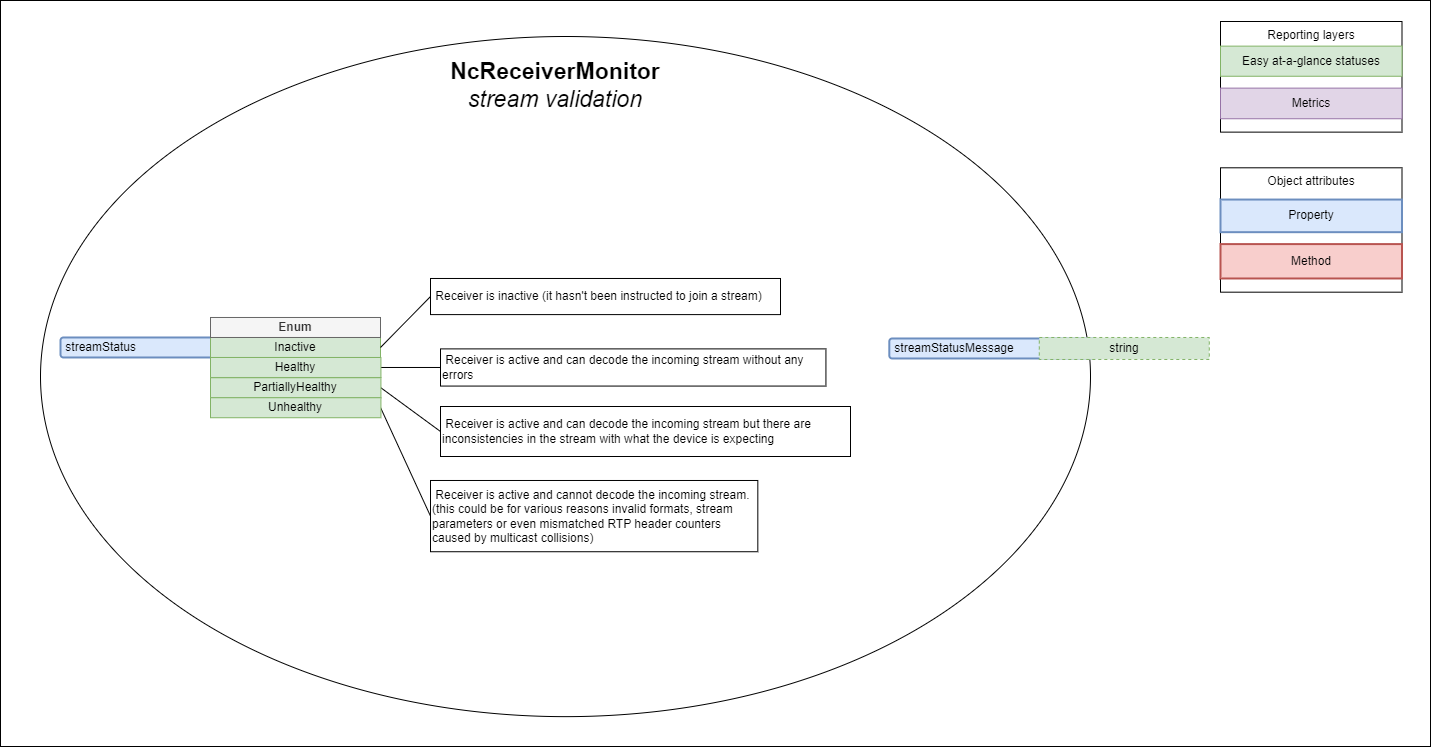
AMWA-TV/bcp-008-01 keeps this draw.io diagram as docs/images/receiver-model-stream-validation.png. Above is the earlier version. Source tidied: cells renumbered, new cells last; positions are measured from the earlier drawing's top-left corner, leaving out a move shared by most shapes.
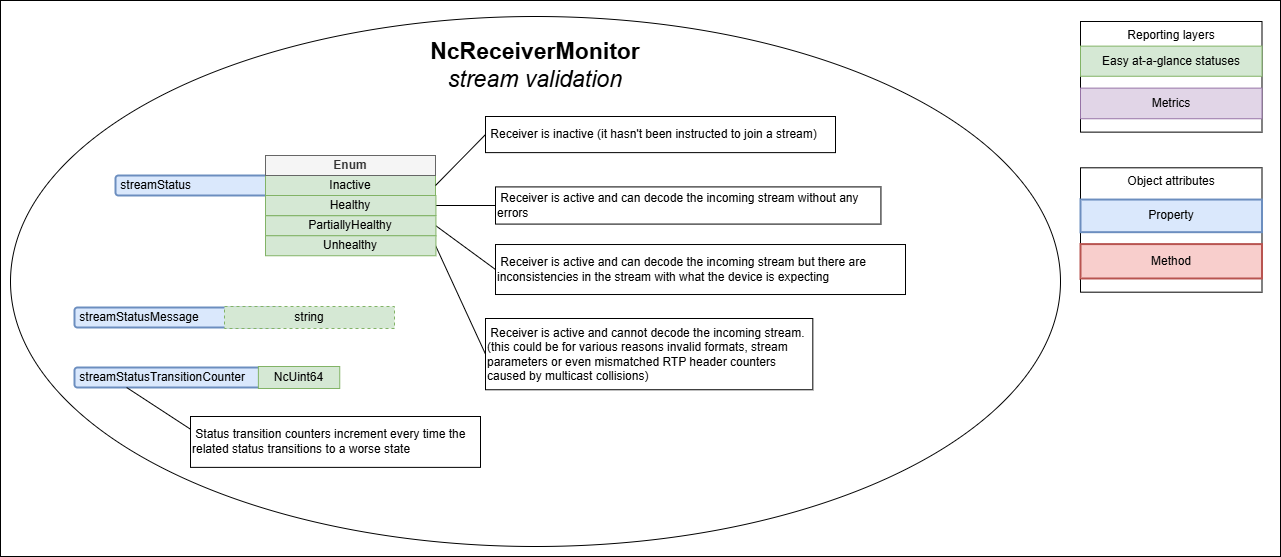
The same diagram one commit later.

Commit message:
Add status transition counter properties

Change to the diagram source:
```diff
@@ -3,85 +3,97 @@
     <mxCell id="0" />
     <mxCell id="1" parent="0" />
     <mxCell id="2" style="rounded=0;whiteSpace=wrap;html=1;" parent="1" vertex="1">
-      <mxGeometry width="1430" height="746" as="geometry" />
+      <mxGeometry width="1280" height="556" as="geometry" />
     </mxCell>
     <mxCell id="3" style="ellipse;whiteSpace=wrap;html=1;" parent="1" vertex="1">
-      <mxGeometry x="40" y="36" width="1050" height="680.1" as="geometry" />
+      <mxGeometry x="10" y="16" width="1050" height="530" as="geometry" />
     </mxCell>
     <mxCell id="4" value="Reporting layers" style="rounded=0;whiteSpace=wrap;html=1;horizontal=1;verticalAlign=top;" parent="1" vertex="1">
-      <mxGeometry x="1220" y="21" width="181.5" height="110.6" as="geometry" />
+      <mxGeometry x="1080" y="21" width="181.5" height="110.6" as="geometry" />
     </mxCell>
     <mxCell id="5" value="Easy at-a-glance statuses" style="rounded=0;whiteSpace=wrap;html=1;fillColor=#d5e8d4;strokeColor=#82b366;" parent="1" vertex="1">
-      <mxGeometry x="1220" y="45.6" width="181.5" height="30.1" as="geometry" />
+      <mxGeometry x="1080" y="45.6" width="181.5" height="30.1" as="geometry" />
     </mxCell>
     <mxCell id="6" value="Metrics" style="rounded=0;whiteSpace=wrap;html=1;fillColor=#e1d5e7;strokeColor=#9673a6;" parent="1" vertex="1">
-      <mxGeometry x="1220" y="87.6" width="181.5" height="30.6" as="geometry" />
+      <mxGeometry x="1080" y="87.6" width="181.5" height="30.6" as="geometry" />
     </mxCell>
     <mxCell id="7" value="Object attributes" style="rounded=0;whiteSpace=wrap;html=1;horizontal=1;verticalAlign=top;" parent="1" vertex="1">
-      <mxGeometry x="1220" y="167.3" width="181.5" height="124.4" as="geometry" />
+      <mxGeometry x="1080" y="167.3" width="181.5" height="124.4" as="geometry" />
     </mxCell>
     <mxCell id="8" value="Property" style="rounded=0;whiteSpace=wrap;html=1;fillColor=#dae8fc;strokeColor=#6c8ebf;align=center;strokeWidth=2;" parent="1" vertex="1">
-      <mxGeometry x="1220" y="199" width="181.5" height="32.6" as="geometry" />
+      <mxGeometry x="1080" y="199" width="181.5" height="32.6" as="geometry" />
     </mxCell>
     <mxCell id="9" value="Method" style="rounded=0;whiteSpace=wrap;html=1;fillColor=#f8cecc;strokeColor=#b85450;align=center;strokeWidth=2;" parent="1" vertex="1">
-      <mxGeometry x="1220" y="243.6" width="181.5" height="34.4" as="geometry" />
+      <mxGeometry x="1080" y="243.6" width="181.5" height="34.4" as="geometry" />
     </mxCell>
     <mxCell id="10" value="NcReceiverMonitor&lt;div&gt;&lt;span style=&quot;font-weight: normal;&quot;&gt;&lt;i&gt;stream validation&lt;/i&gt;&lt;/span&gt;&lt;/div&gt;" style="text;html=1;strokeColor=none;fillColor=none;align=center;verticalAlign=middle;whiteSpace=wrap;rounded=0;strokeWidth=1;fontSize=23;fontStyle=1;" parent="1" vertex="1">
-      <mxGeometry x="431.2" y="51.9" width="247.5" height="65.6" as="geometry" />
+      <mxGeometry x="411.2" y="31.9" width="247.5" height="65.6" as="geometry" />
     </mxCell>
     <mxCell id="11" value="&amp;nbsp;streamStatus" style="rounded=1;whiteSpace=wrap;html=1;align=left;fillColor=#dae8fc;strokeColor=#6c8ebf;strokeWidth=2;" parent="1" vertex="1">
-      <mxGeometry x="60" y="337" width="207.5" height="20" as="geometry" />
+      <mxGeometry x="115" y="175" width="207.5" height="20" as="geometry" />
     </mxCell>
     <mxCell id="12" value="Inactive" style="rounded=0;whiteSpace=wrap;html=1;fillColor=#d5e8d4;strokeColor=#82b366;" parent="1" vertex="1">
-      <mxGeometry x="210" y="337" width="170" height="20" as="geometry" />
+      <mxGeometry x="265" y="175" width="170" height="20" as="geometry" />
     </mxCell>
     <mxCell id="13" value="Enum" style="rounded=0;whiteSpace=wrap;html=1;fillColor=#f5f5f5;strokeColor=#666666;fontStyle=1;fontColor=#333333;" parent="1" vertex="1">
-      <mxGeometry x="210" y="317" width="170" height="20" as="geometry" />
+      <mxGeometry x="265" y="155" width="170" height="20" as="geometry" />
     </mxCell>
     <mxCell id="14" value="&amp;nbsp;Receiver is active and cannot decode the incoming stream. (this could be for various reasons invalid formats, stream parameters or even mismatched RTP header counters caused by multicast collisions)" style="text;html=1;strokeColor=default;fillColor=default;align=left;verticalAlign=middle;whiteSpace=wrap;rounded=0;" parent="1" vertex="1">
-      <mxGeometry x="430" y="480" width="327.3" height="71.2" as="geometry" />
+      <mxGeometry x="485" y="318" width="327.3" height="71.2" as="geometry" />
     </mxCell>
     <mxCell id="15" style="endArrow=none;html=1;rounded=0;entryX=0;entryY=0.5;entryDx=0;entryDy=0;exitX=1;exitY=0.5;exitDx=0;exitDy=0;" parent="1" edge="1" target="14">
       <mxGeometry relative="1" as="geometry">
-        <mxPoint x="380" y="407" as="sourcePoint" />
+        <mxPoint x="435" y="245" as="sourcePoint" />
       </mxGeometry>
     </mxCell>
     <mxCell id="16" value="&amp;nbsp;Receiver is active and can decode the incoming stream without any errors" style="text;html=1;strokeColor=default;fillColor=default;align=left;verticalAlign=middle;whiteSpace=wrap;rounded=0;" parent="1" vertex="1">
-      <mxGeometry x="440" y="348.4" width="385.4" height="37.2" as="geometry" />
+      <mxGeometry x="495" y="186.4" width="385.4" height="37.2" as="geometry" />
     </mxCell>
     <mxCell id="17" value="&amp;nbsp;Receiver is inactive (it hasn't been instructed to join a stream)" style="text;html=1;strokeColor=default;fillColor=default;align=left;verticalAlign=middle;whiteSpace=wrap;rounded=0;" parent="1" vertex="1">
-      <mxGeometry x="430" y="278" width="350" height="36.1" as="geometry" />
+      <mxGeometry x="485" y="116" width="350" height="36.1" as="geometry" />
     </mxCell>
     <mxCell id="18" style="endArrow=none;html=1;rounded=0;entryX=0;entryY=0.5;entryDx=0;entryDy=0;exitX=1;exitY=0.5;exitDx=0;exitDy=0;" parent="1" edge="1" target="16">
       <mxGeometry relative="1" as="geometry">
-        <mxPoint x="380" y="367" as="sourcePoint" />
+        <mxPoint x="435" y="205" as="sourcePoint" />
       </mxGeometry>
     </mxCell>
     <mxCell id="19" style="endArrow=none;html=1;rounded=0;entryX=0;entryY=0.5;entryDx=0;entryDy=0;exitX=1;exitY=0.5;exitDx=0;exitDy=0;" parent="1" edge="1" source="12" target="17">
       <mxGeometry relative="1" as="geometry" />
     </mxCell>
     <mxCell id="20" value="&amp;nbsp;streamStatusMessage" style="rounded=1;whiteSpace=wrap;html=1;align=left;fillColor=#dae8fc;strokeColor=#6c8ebf;strokeWidth=2;" parent="1" vertex="1">
-      <mxGeometry x="888.8" y="338" width="207.5" height="20" as="geometry" />
+      <mxGeometry x="74" y="307" width="207.5" height="20" as="geometry" />
     </mxCell>
     <mxCell id="21" value="string" style="rounded=0;whiteSpace=wrap;html=1;dashed=1;fillColor=#d5e8d4;strokeColor=#82b366;" parent="1" vertex="1">
-      <mxGeometry x="1038.8" y="337" width="170" height="22" as="geometry" />
+      <mxGeometry x="224" y="306" width="170" height="22" as="geometry" />
     </mxCell>
     <mxCell id="22" value="&amp;nbsp;Receiver is active and can decode the incoming stream but there are inconsistencies in the stream with what the device is expecting" style="text;html=1;strokeColor=default;fillColor=default;align=left;verticalAlign=middle;whiteSpace=wrap;rounded=0;" parent="1" vertex="1">
-      <mxGeometry x="440" y="406" width="410" height="50" as="geometry" />
+      <mxGeometry x="495" y="244" width="410" height="50" as="geometry" />
     </mxCell>
     <mxCell id="23" style="endArrow=none;html=1;rounded=0;entryX=0;entryY=0.5;entryDx=0;entryDy=0;exitX=1;exitY=0.5;exitDx=0;exitDy=0;" parent="1" edge="1" target="22">
       <mxGeometry relative="1" as="geometry">
-        <mxPoint x="380" y="387" as="sourcePoint" />
+        <mxPoint x="435" y="225" as="sourcePoint" />
       </mxGeometry>
     </mxCell>
     <mxCell id="24" value="Healthy" style="rounded=0;whiteSpace=wrap;html=1;fillColor=#d5e8d4;strokeColor=#82b366;" parent="1" vertex="1">
-      <mxGeometry x="210" y="357" width="170.4" height="20" as="geometry" />
+      <mxGeometry x="265" y="195" width="170.4" height="20" as="geometry" />
     </mxCell>
     <mxCell id="25" value="PartiallyHealthy" style="rounded=0;whiteSpace=wrap;html=1;fillColor=#d5e8d4;strokeColor=#82b366;" parent="1" vertex="1">
-      <mxGeometry x="210" y="377.2" width="170.4" height="20" as="geometry" />
+      <mxGeometry x="265" y="215.2" width="170.4" height="20" as="geometry" />
     </mxCell>
     <mxCell id="26" value="Unhealthy" style="rounded=0;whiteSpace=wrap;html=1;fillColor=#d5e8d4;strokeColor=#82b366;" parent="1" vertex="1">
-      <mxGeometry x="210" y="397.2" width="170.4" height="20" as="geometry" />
+      <mxGeometry x="265" y="235.2" width="170.4" height="20" as="geometry" />
     </mxCell>
+    <mxCell id="27" value="&amp;nbsp;streamStatusTransitionCounter" style="rounded=1;whiteSpace=wrap;html=1;align=left;fillColor=#dae8fc;strokeColor=#6c8ebf;strokeWidth=2;" parent="1" vertex="1">
+      <mxGeometry x="74" y="367" width="208.5" height="20" as="geometry" />
+    </mxCell>
+    <mxCell id="28" value="NcUint64" style="rounded=0;whiteSpace=wrap;html=1;fillColor=#d5e8d4;strokeColor=#82b366;" parent="1" vertex="1">
+      <mxGeometry x="257.9" y="366" width="81.4" height="22" as="geometry" />
+    </mxCell>
+    <mxCell id="29" value="&amp;nbsp;Status transition counters increment every time the related status transitions to a worse state" style="text;html=1;strokeColor=default;fillColor=default;align=left;verticalAlign=middle;whiteSpace=wrap;rounded=0;" parent="1" vertex="1">
+      <mxGeometry x="190" y="416" width="290" height="50.9" as="geometry" />
+    </mxCell>
+    <mxCell id="30" style="endArrow=none;html=1;rounded=0;entryX=0;entryY=0.25;entryDx=0;entryDy=0;exitX=0.25;exitY=1;exitDx=0;exitDy=0;" parent="1" edge="1" source="27" target="29">
+      <mxGeometry relative="1" as="geometry" />
+    </mxCell>
   </root>
 </mxGraphModel>
```
